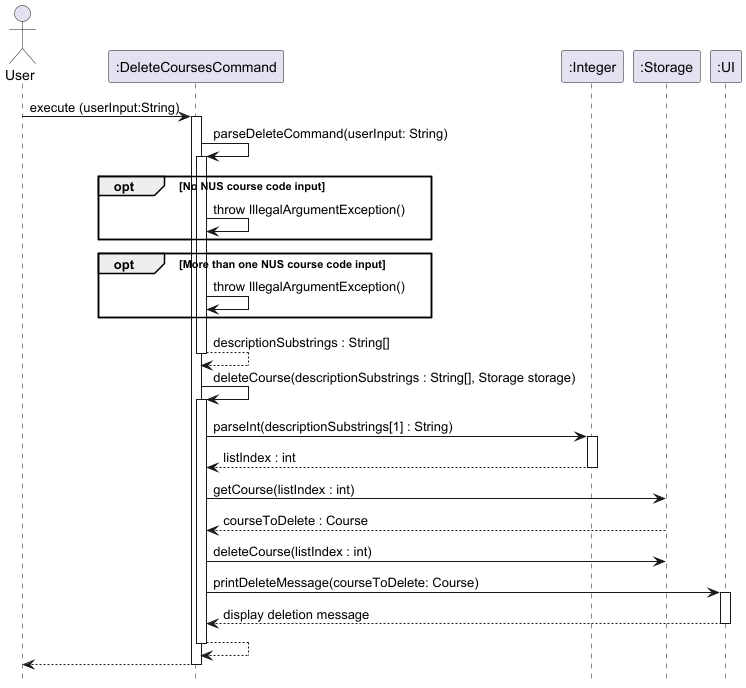
This is docs/images/DeleteCoursesCommand.png from nus-cs2113-AY2425S1/tp, a PlantUML export, as it was before one commit.
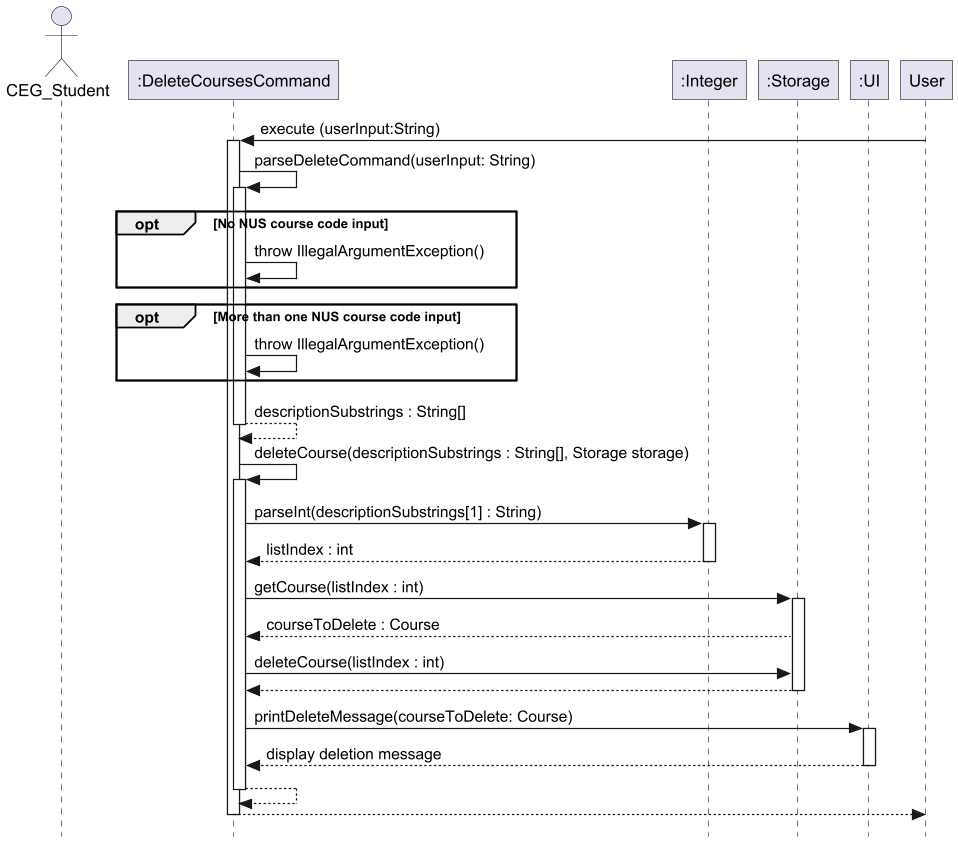
After the change.

Commit message:
Update DeleteCoursesCommand to standard notations

What changed in the source:
```diff
@@ -1,7 +1,7 @@
 @startuml
-hide footbox
+!include .SequenceDiagram.config
 
-actor User
+actor CEG_Student
 participant ":DeleteCoursesCommand" as DeleteCoursesCommand
 participant ":Integer" as Integer
 participant ":Storage" as Storage
@@ -28,8 +28,11 @@
 return listIndex : int
 
 DeleteCoursesCommand -> Storage: getCourse(listIndex : int)
+activate Storage
 Storage --> DeleteCoursesCommand: courseToDelete : Course
 DeleteCoursesCommand -> Storage: deleteCourse(listIndex : int)
+Storage --> DeleteCoursesCommand
+deactivate Storage
 
 DeleteCoursesCommand -> UI: printDeleteMessage(courseToDelete: Course)
 activate UI
```
